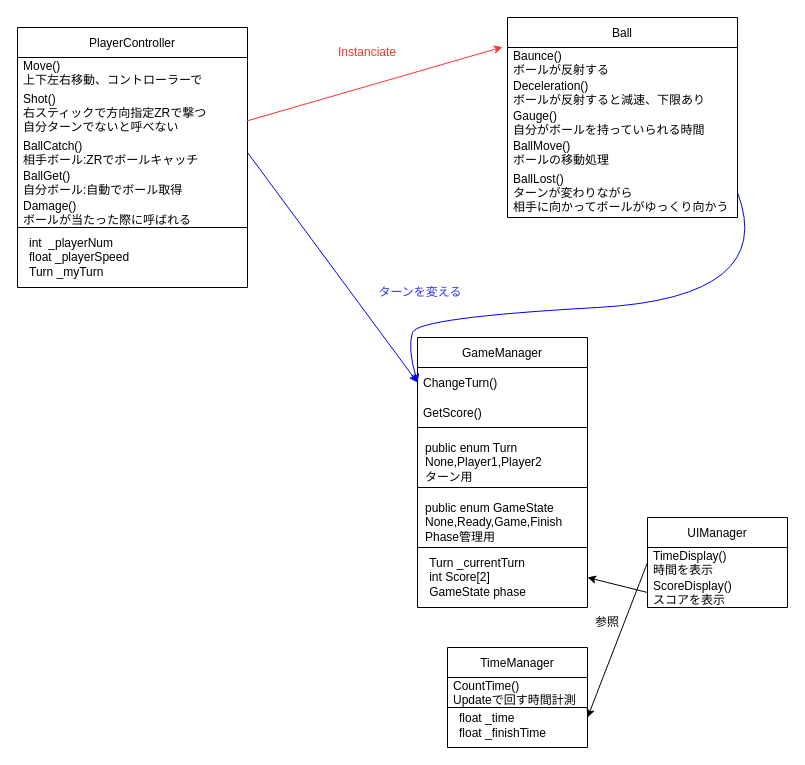
NagasawaYuusei/bot keeps this draw.io diagram as dod.drawio. Above is the earlier version. Source tidied: cells renumbered, new cells numbered last; positions are measured from the earlier drawing's top-left corner, leaving out a move shared by most shapes. Both pictures are drawn from the tidied source at 100%, with x=0, y=0 at pixel (17, 17).
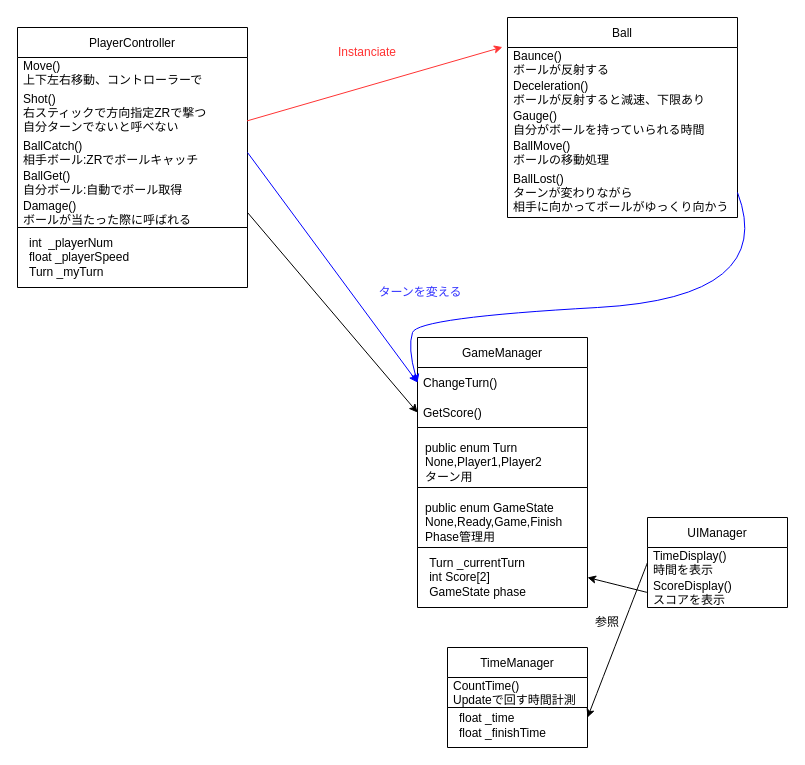
The same diagram, later.

Commit message:
dod.drawio を更新します

Unchanged cells that the change refers to:
```xml
<mxCell id="7" value="Damage()&#10;ボールが当たった際に呼ばれる" style="text;strokeColor=none;fillColor=none;align=left;verticalAlign=middle;spacingLeft=4;spacingRight=4;overflow=hidden;points=[[0,0.5],[1,0.5]];portConstraint=eastwest;" parent="2" vertex="1">
  <mxGeometry y="170" width="230" height="30" as="geometry" />
</mxCell>
<mxCell id="16" value="GetScore()" style="text;strokeColor=none;fillColor=none;align=left;verticalAlign=middle;spacingLeft=4;spacingRight=4;overflow=hidden;points=[[0,0.5],[1,0.5]];portConstraint=eastwest;" parent="14" vertex="1">
  <mxGeometry y="60" width="170" height="30" as="geometry" />
</mxCell>
```

The edit, as a diff of the source:
```diff
@@
+    <mxCell id="40" style="endArrow=classic;html=1;rounded=0;exitX=1;exitY=0.5;exitDx=0;exitDy=0;entryX=0;entryY=0.5;entryDx=0;entryDy=0;" parent="1" edge="1" source="7" target="16">
+      <mxGeometry relative="1" as="geometry" />
+    </mxCell>
```
